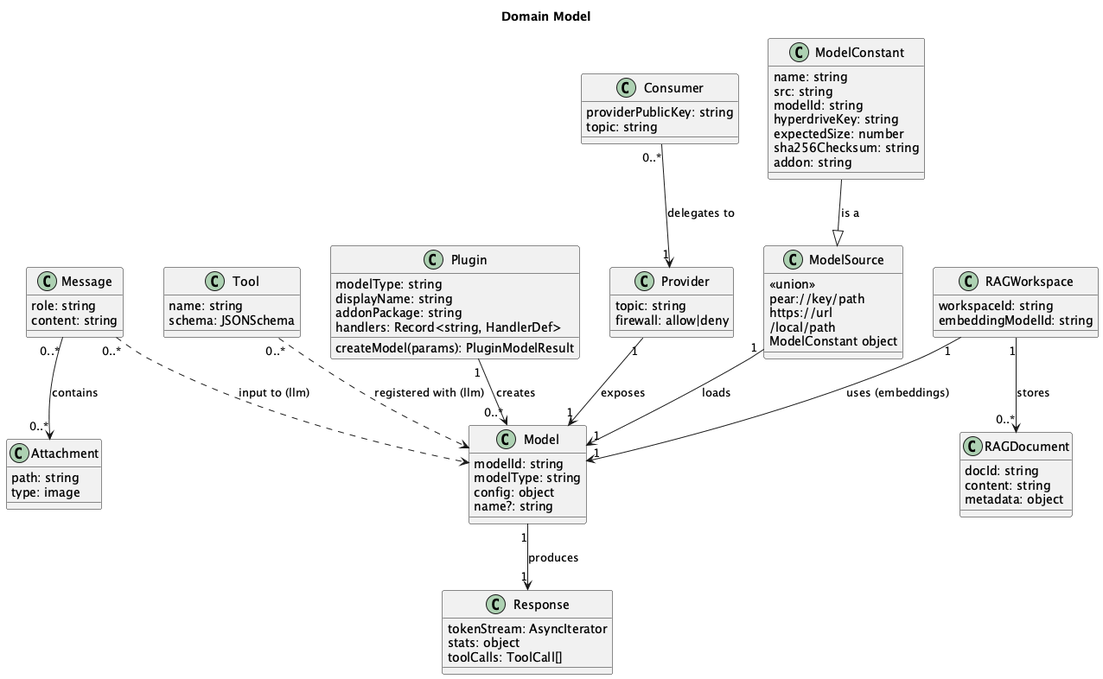
The PlantUML diagram docs/architecture/puml/images/06-domain-model.png in Zbig9000/qvac, before a commit.
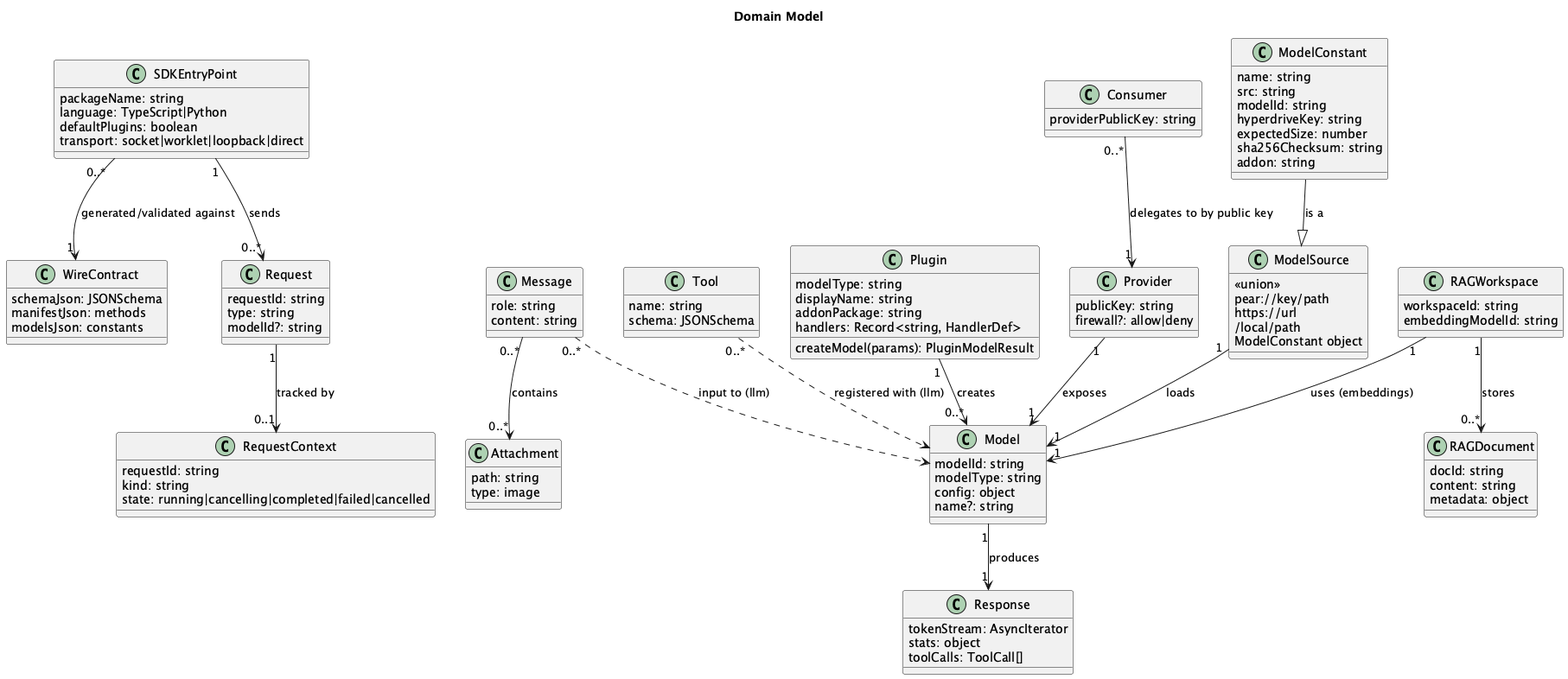
The same file after the commit.

Diff of the diagram source:
```diff
@@ -2,6 +2,19 @@
 title Domain Model
 
 top to bottom direction
+
+class SDKEntryPoint {
+    packageName: string
+    language: TypeScript|Python
+    defaultPlugins: boolean
+    transport: socket|worklet|loopback|direct
+}
+
+class WireContract {
+    schemaJson: JSONSchema
+    manifestJson: methods
+    modelsJson: constants
+}
 
 class Plugin {
     modelType: string
@@ -16,6 +29,18 @@
     modelType: string
     config: object
     name?: string
+}
+
+class Request {
+    requestId: string
+    type: string
+    modelId?: string
+}
+
+class RequestContext {
+    requestId: string
+    kind: string
+    state: running|cancelling|completed|failed|cancelled
 }
 
 class ModelConstant {
@@ -69,16 +94,18 @@
 }
 
 class Provider {
-    topic: string
-    firewall: allow|deny
+    publicKey: string
+    firewall?: allow|deny
 }
 
 class Consumer {
     providerPublicKey: string
-    topic: string
 }
 
+SDKEntryPoint "0..*" --> "1" WireContract : generated/validated against
+SDKEntryPoint "1" --> "0..*" Request : sends
 Plugin "1" --> "0..*" Model : creates
+Request "1" --> "0..1" RequestContext : tracked by
 ModelSource "1" --> "1" Model : loads
 ModelConstant --|> ModelSource : is a
 
@@ -91,6 +118,6 @@
 RAGWorkspace "1" --> "0..*" RAGDocument : stores
 
 Provider "1" --> "1" Model : exposes
-Consumer "0..*" --> "1" Provider : delegates to
+Consumer "0..*" --> "1" Provider : delegates to by public key
 
 @enduml
```
